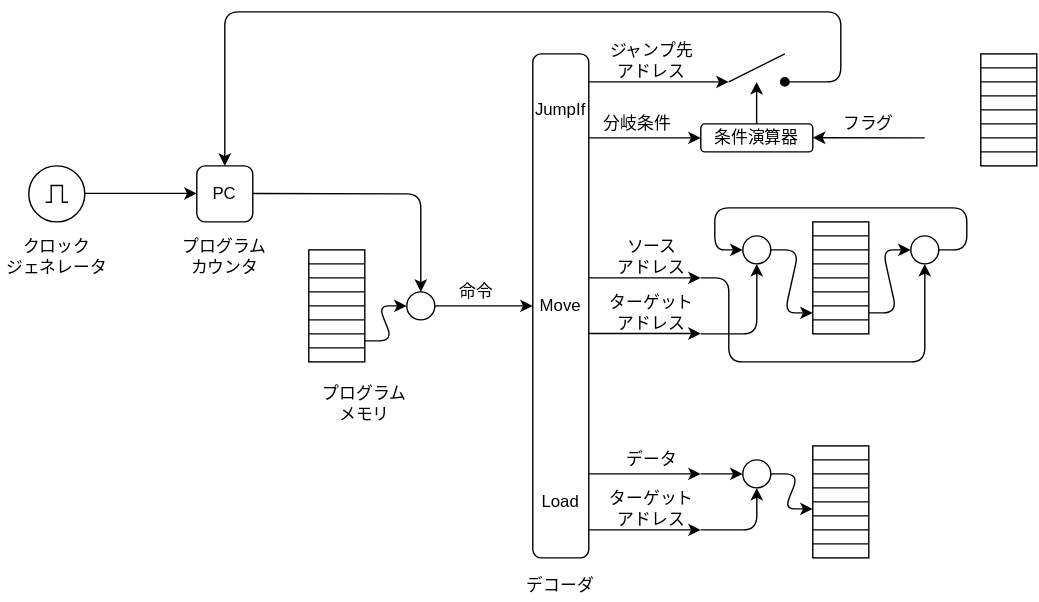
Above: RelayComputer/img/arch.drawio.svg in Next-MICON/Next-MOCON.github.io (draw.io), before the change. Source tidied: cells renumbered, new cells last; positions are measured from the earlier drawing's top-left corner, leaving out a move shared by most shapes.
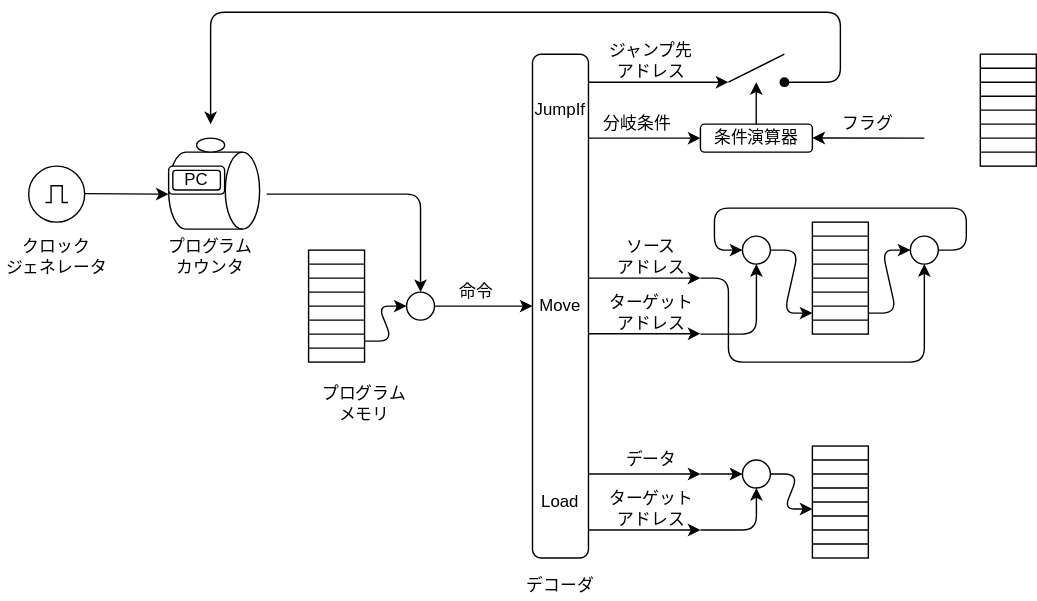
After the change.

Change to the diagram source:
```diff
@@ -11,11 +11,8 @@
     <mxCell id="4" value="クロック&lt;br&gt;ジェネレータ" style="text;html=1;strokeColor=none;fillColor=none;align=center;verticalAlign=middle;whiteSpace=wrap;rounded=0;" parent="1" vertex="1">
       <mxGeometry y="160" width="80" height="30" as="geometry" />
     </mxCell>
-    <mxCell id="5" value="PC" style="rounded=1;whiteSpace=wrap;html=1;" parent="1" vertex="1">
-      <mxGeometry x="140" y="110" width="40" height="40" as="geometry" />
-    </mxCell>
     <mxCell id="6" value="プログラム&lt;br&gt;カウンタ" style="text;html=1;strokeColor=none;fillColor=none;align=center;verticalAlign=middle;whiteSpace=wrap;rounded=0;" parent="1" vertex="1">
-      <mxGeometry x="120" y="160" width="80" height="30" as="geometry" />
+      <mxGeometry x="110" y="160" width="80" height="30" as="geometry" />
     </mxCell>
     <mxCell id="7" style="ellipse;whiteSpace=wrap;html=1;" parent="1" vertex="1">
       <mxGeometry x="290" y="200" width="20" height="20" as="geometry" />
@@ -74,12 +71,12 @@
     <mxCell id="25" style="endArrow=classic;html=1;" parent="1" edge="1">
       <mxGeometry relative="1" as="geometry">
         <mxPoint x="60" y="129.7" as="sourcePoint" />
-        <mxPoint x="140" y="129.7" as="targetPoint" />
+        <mxPoint x="120" y="130" as="targetPoint" />
       </mxGeometry>
     </mxCell>
     <mxCell id="26" style="endArrow=classic;html=1;entryX=0.5;entryY=0;entryDx=0;entryDy=0;" parent="1" edge="1" target="7">
       <mxGeometry relative="1" as="geometry">
-        <mxPoint x="180" y="129.7" as="sourcePoint" />
+        <mxPoint x="190" y="130" as="sourcePoint" />
         <Array as="points">
           <mxPoint x="300" y="130" />
         </Array>
@@ -106,13 +103,14 @@
     <mxCell id="33" value="ジャンプ先&lt;br&gt;アドレス" style="text;html=1;strokeColor=none;fillColor=none;align=center;verticalAlign=middle;whiteSpace=wrap;rounded=0;rotation=0;" parent="1" vertex="1">
       <mxGeometry x="430" y="20" width="70" height="30" as="geometry" />
     </mxCell>
-    <mxCell id="34" style="endArrow=classic;html=1;entryX=0.5;entryY=0;entryDx=0;entryDy=0;startArrow=oval;startFill=1;" parent="1" edge="1" target="5">
+    <mxCell id="34" style="endArrow=classic;html=1;startArrow=oval;startFill=1;" parent="1" edge="1">
       <mxGeometry relative="1" as="geometry">
         <mxPoint x="560" y="50" as="sourcePoint" />
+        <mxPoint x="150" y="80" as="targetPoint" />
         <Array as="points">
           <mxPoint x="600" y="50" />
           <mxPoint x="600" />
-          <mxPoint x="160" />
+          <mxPoint x="150" />
         </Array>
       </mxGeometry>
     </mxCell>
@@ -436,5 +434,17 @@
     <mxCell id="114" style="shape=partialRectangle;html=1;whiteSpace=wrap;fillColor=none;top=0;left=0;bottom=0;right=0;overflow=hidden;" parent="113" vertex="1">
       <mxGeometry width="40" height="10" as="geometry" />
     </mxCell>
+    <mxCell id="115" style="shape=cylinder3;whiteSpace=wrap;html=1;boundedLbl=1;backgroundOutline=1;size=12.258545769585481;rotation=90;" parent="1" vertex="1">
+      <mxGeometry x="125" y="95" width="55" height="65" as="geometry" />
+    </mxCell>
+    <mxCell id="116" style="ellipse;whiteSpace=wrap;html=1;" parent="1" vertex="1">
+      <mxGeometry x="140" y="90" width="20" height="10" as="geometry" />
+    </mxCell>
+    <mxCell id="117" style="rounded=1;whiteSpace=wrap;html=1;" parent="1" vertex="1">
+      <mxGeometry x="120" y="110" width="40" height="20" as="geometry" />
+    </mxCell>
+    <mxCell id="5" value="PC" style="rounded=1;whiteSpace=wrap;html=1;" parent="1" vertex="1">
+      <mxGeometry x="123" y="113" width="34" height="14" as="geometry" />
+    </mxCell>
   </root>
 </mxGraphModel>
```
